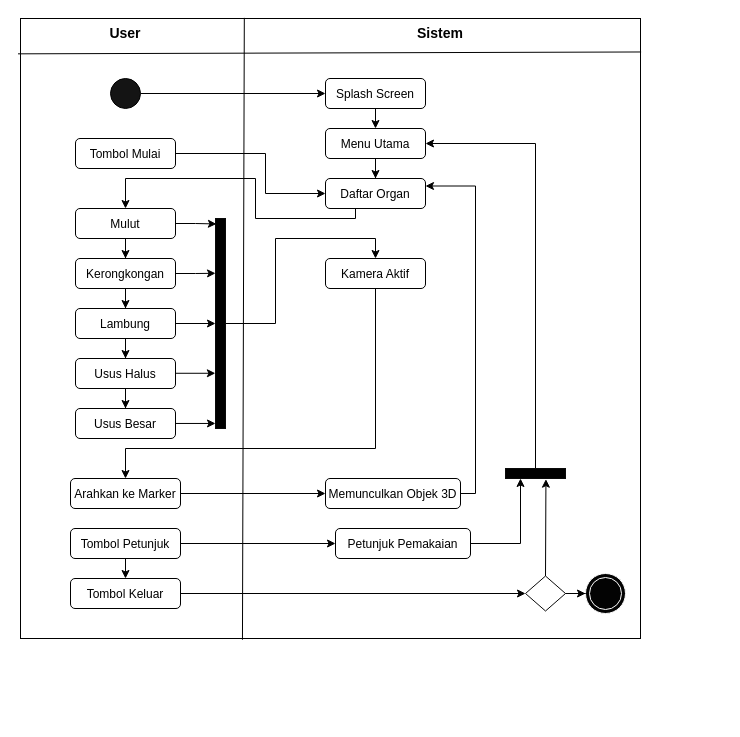
Earlier version of the draw.io diagram page "Page-3" (3 of 4) of Flowchart penelitian.drawio (matakridha/Teori_WEB). Source tidied: cells renumbered, new cells numbered last; positions are measured from the earlier drawing's top-left corner, leaving out a move shared by most shapes. Both pictures are drawn from the tidied source at 100%, with x=0, y=0 at pixel (20, 18).
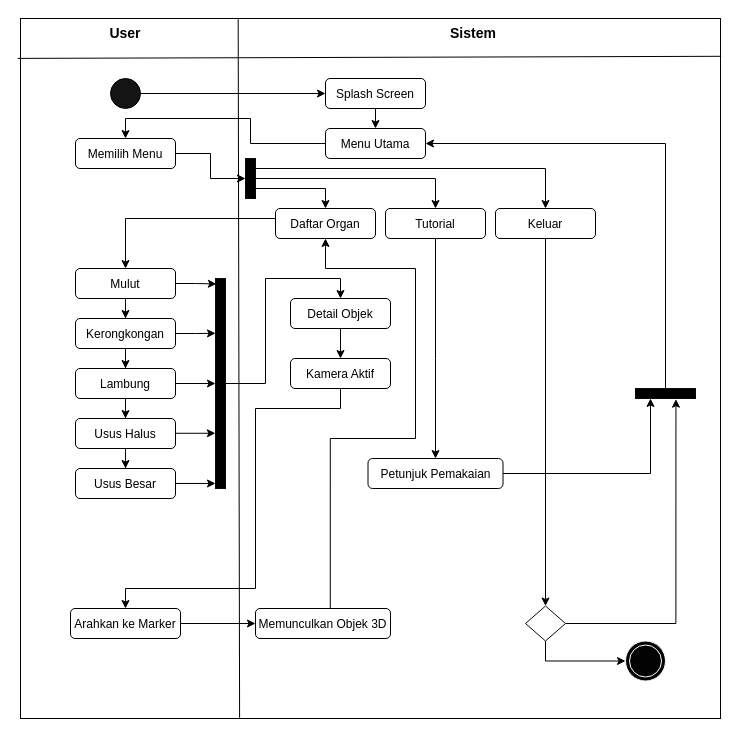
Above is the later version.

The change refers to these unchanged cells:
```xml
<mxCell id="12" value="&lt;font style=&quot;font-size: 12px&quot;&gt;Menu Utama&lt;/font&gt;" style="rounded=1;whiteSpace=wrap;html=1;fontSize=14;fillColor=#FFFFFF;" parent="1" vertex="1">
  <mxGeometry x="305" y="110" width="100" height="30" as="geometry" />
</mxCell>
```

Diff of the diagram source:
```diff
@@
     <mxCell id="2" style="whiteSpace=wrap;html=1;" parent="1" vertex="1">
-      <mxGeometry width="620" height="620" as="geometry" />
+      <mxGeometry width="700" height="700" as="geometry" />
     </mxCell>
@@
-    <mxCell id="4" style="endArrow=none;html=1;rounded=0;entryX=0.361;entryY=-0.001;entryDx=0;entryDy=0;entryPerimeter=0;exitX=0.358;exitY=1.002;exitDx=0;exitDy=0;exitPerimeter=0;" parent="1" edge="1" source="2" target="2">
+    <mxCell id="4" style="endArrow=none;html=1;rounded=0;entryX=0.311;entryY=0.001;entryDx=0;entryDy=0;entryPerimeter=0;exitX=0.313;exitY=0.999;exitDx=0;exitDy=0;exitPerimeter=0;" parent="1" edge="1" source="2" target="2">
       <mxGeometry relative="1" as="geometry" />
     </mxCell>
@@
     <mxCell id="6" value="Sistem" style="text;html=1;strokeColor=none;fillColor=none;align=center;verticalAlign=middle;whiteSpace=wrap;rounded=0;fontSize=14;fontStyle=1;" parent="1" vertex="1">
-      <mxGeometry x="390" width="60" height="30" as="geometry" />
+      <mxGeometry x="422.5" width="60" height="30" as="geometry" />
     </mxCell>
@@
-    <mxCell id="11" style="edgeStyle=orthogonalEdgeStyle;rounded=0;jettySize=auto;html=1;exitX=0.5;exitY=1;exitDx=0;exitDy=0;fontSize=12;" parent="1" edge="1" source="12" target="14">
-      <mxGeometry relative="1" as="geometry" />
-    </mxCell>
+    <mxCell id="53" style="edgeStyle=orthogonalEdgeStyle;rounded=0;jettySize=auto;html=1;entryX=0.5;entryY=0;entryDx=0;entryDy=0;" parent="1" edge="1" source="12" target="16">
+      <mxGeometry relative="1" as="geometry" />
+    </mxCell>
@@
     <mxCell id="13" style="edgeStyle=orthogonalEdgeStyle;rounded=0;jettySize=auto;html=1;entryX=0.5;entryY=0;entryDx=0;entryDy=0;fontSize=12;" parent="1" edge="1" source="14" target="20">
       <mxGeometry relative="1" as="geometry">
         <Array as="points">
           <mxPoint x="335" y="200" />
-          <mxPoint x="235" y="200" />
-          <mxPoint x="235" y="160" />
-          <mxPoint x="105" y="160" />
+          <mxPoint x="105" y="200" />
         </Array>
       </mxGeometry>
     </mxCell>
     <mxCell id="14" value="&lt;font style=&quot;font-size: 12px&quot;&gt;Daftar Organ&lt;/font&gt;" style="rounded=1;whiteSpace=wrap;html=1;fontSize=14;fillColor=#FFFFFF;" parent="1" vertex="1">
-      <mxGeometry x="305" y="160" width="100" height="30" as="geometry" />
+      <mxGeometry x="255" y="190" width="100" height="30" as="geometry" />
     </mxCell>
-    <mxCell id="15" style="edgeStyle=orthogonalEdgeStyle;rounded=0;jettySize=auto;html=1;entryX=0;entryY=0.5;entryDx=0;entryDy=0;fontSize=12;" parent="1" edge="1" source="16" target="14">
-      <mxGeometry relative="1" as="geometry">
-        <Array as="points">
-          <mxPoint x="245" y="135" />
-          <mxPoint x="245" y="175" />
-        </Array>
-      </mxGeometry>
-    </mxCell>
+    <mxCell id="54" style="edgeStyle=orthogonalEdgeStyle;rounded=0;jettySize=auto;html=1;entryX=0;entryY=0.5;entryDx=0;entryDy=0;" parent="1" edge="1" source="16" target="62">
+      <mxGeometry relative="1" as="geometry" />
+    </mxCell>
-    <mxCell id="16" value="&lt;font style=&quot;font-size: 12px&quot;&gt;Tombol Mulai&lt;/font&gt;" style="rounded=1;whiteSpace=wrap;html=1;fontSize=14;fillColor=#FFFFFF;" parent="1" vertex="1">
+    <mxCell id="16" value="&lt;font style=&quot;font-size: 12px&quot;&gt;Memilih Menu&lt;/font&gt;" style="rounded=1;whiteSpace=wrap;html=1;fontSize=14;fillColor=#FFFFFF;" parent="1" vertex="1">
       <mxGeometry x="55" y="120" width="100" height="30" as="geometry" />
     </mxCell>
@@
     <mxCell id="20" value="&lt;font style=&quot;font-size: 12px&quot;&gt;Mulut&lt;/font&gt;" style="rounded=1;whiteSpace=wrap;html=1;fontSize=14;fillColor=#FFFFFF;" parent="1" vertex="1">
-      <mxGeometry x="55" y="190" width="100" height="30" as="geometry" />
+      <mxGeometry x="55" y="250" width="100" height="30" as="geometry" />
     </mxCell>
@@
     <mxCell id="23" value="&lt;font style=&quot;font-size: 12px&quot;&gt;Kerongkongan&lt;/font&gt;" style="rounded=1;whiteSpace=wrap;html=1;fontSize=14;fillColor=#FFFFFF;" parent="1" vertex="1">
-      <mxGeometry x="55" y="240" width="100" height="30" as="geometry" />
+      <mxGeometry x="55" y="300" width="100" height="30" as="geometry" />
     </mxCell>
@@
     <mxCell id="26" value="&lt;span style=&quot;font-size: 12px&quot;&gt;Lambung&lt;/span&gt;" style="rounded=1;whiteSpace=wrap;html=1;fontSize=14;fillColor=#FFFFFF;" parent="1" vertex="1">
-      <mxGeometry x="55" y="290" width="100" height="30" as="geometry" />
+      <mxGeometry x="55" y="350" width="100" height="30" as="geometry" />
     </mxCell>
@@
     <mxCell id="28" style="edgeStyle=orthogonalEdgeStyle;rounded=0;jettySize=auto;html=1;entryX=-0.013;entryY=0.737;entryDx=0;entryDy=0;fontSize=12;entryPerimeter=0;" parent="1" edge="1" source="29" target="50">
       <mxGeometry relative="1" as="geometry">
         <Array as="points">
-          <mxPoint x="195" y="355" />
+          <mxPoint x="195" y="415" />
         </Array>
       </mxGeometry>
     </mxCell>
     <mxCell id="29" value="&lt;span style=&quot;font-size: 12px&quot;&gt;Usus Halus&lt;/span&gt;" style="rounded=1;whiteSpace=wrap;html=1;fontSize=14;fillColor=#FFFFFF;" parent="1" vertex="1">
-      <mxGeometry x="55" y="340" width="100" height="30" as="geometry" />
+      <mxGeometry x="55" y="400" width="100" height="30" as="geometry" />
     </mxCell>
@@
     <mxCell id="31" value="&lt;span style=&quot;font-size: 12px&quot;&gt;Usus Besar&lt;/span&gt;" style="rounded=1;whiteSpace=wrap;html=1;fontSize=14;fillColor=#FFFFFF;" parent="1" vertex="1">
-      <mxGeometry x="55" y="390" width="100" height="30" as="geometry" />
+      <mxGeometry x="55" y="450" width="100" height="30" as="geometry" />
     </mxCell>
-    <mxCell id="32" style="edgeStyle=orthogonalEdgeStyle;rounded=0;jettySize=auto;html=1;entryX=0.5;entryY=0;entryDx=0;entryDy=0;fontSize=12;" parent="1" edge="1" source="33" target="35">
+    <mxCell id="32" style="edgeStyle=orthogonalEdgeStyle;rounded=0;jettySize=auto;html=1;entryX=0.5;entryY=0;entryDx=0;entryDy=0;fontSize=12;exitX=0.5;exitY=1;exitDx=0;exitDy=0;" parent="1" edge="1" source="33" target="35">
       <mxGeometry relative="1" as="geometry">
         <Array as="points">
-          <mxPoint x="355" y="430" />
-          <mxPoint x="105" y="430" />
+          <mxPoint x="320" y="390" />
+          <mxPoint x="235" y="390" />
+          <mxPoint x="235" y="570" />
+          <mxPoint x="105" y="570" />
         </Array>
       </mxGeometry>
     </mxCell>
     <mxCell id="33" value="&lt;font style=&quot;font-size: 12px&quot;&gt;Kamera Aktif&lt;/font&gt;" style="rounded=1;whiteSpace=wrap;html=1;fontSize=14;fillColor=#FFFFFF;" parent="1" vertex="1">
-      <mxGeometry x="305" y="240" width="100" height="30" as="geometry" />
+      <mxGeometry x="270" y="340" width="100" height="30" as="geometry" />
     </mxCell>
@@
     <mxCell id="35" value="&lt;span style=&quot;font-size: 12px&quot;&gt;Arahkan ke Marker&lt;/span&gt;" style="rounded=1;whiteSpace=wrap;html=1;fontSize=14;fillColor=#FFFFFF;" parent="1" vertex="1">
-      <mxGeometry x="50" y="460" width="110" height="30" as="geometry" />
+      <mxGeometry x="50" y="590" width="110" height="30" as="geometry" />
     </mxCell>
-    <mxCell id="36" style="edgeStyle=orthogonalEdgeStyle;rounded=0;jettySize=auto;html=1;entryX=1;entryY=0.25;entryDx=0;entryDy=0;fontSize=12;" parent="1" edge="1" source="37" target="14">
+    <mxCell id="36" style="edgeStyle=orthogonalEdgeStyle;rounded=0;jettySize=auto;html=1;entryX=0.5;entryY=1;entryDx=0;entryDy=0;fontSize=12;exitX=0.554;exitY=0.044;exitDx=0;exitDy=0;exitPerimeter=0;" parent="1" edge="1" source="37" target="14">
       <mxGeometry relative="1" as="geometry">
         <Array as="points">
-          <mxPoint x="455" y="475" />
-          <mxPoint x="455" y="168" />
+          <mxPoint x="310" y="420" />
+          <mxPoint x="395" y="420" />
+          <mxPoint x="395" y="250" />
+          <mxPoint x="305" y="250" />
         </Array>
       </mxGeometry>
     </mxCell>
     <mxCell id="37" value="&lt;font style=&quot;font-size: 12px&quot;&gt;Memunculkan Objek 3D&lt;/font&gt;" style="rounded=1;whiteSpace=wrap;html=1;fontSize=14;fillColor=#FFFFFF;" parent="1" vertex="1">
-      <mxGeometry x="305" y="460" width="135" height="30" as="geometry" />
+      <mxGeometry x="235" y="590" width="135" height="30" as="geometry" />
     </mxCell>
-    <mxCell id="38" style="edgeStyle=orthogonalEdgeStyle;rounded=0;jettySize=auto;html=1;exitX=0.5;exitY=1;exitDx=0;exitDy=0;entryX=0.5;entryY=0;entryDx=0;entryDy=0;fontSize=12;" parent="1" edge="1" source="40" target="42">
-      <mxGeometry relative="1" as="geometry" />
-    </mxCell>
-    <mxCell id="39" style="edgeStyle=orthogonalEdgeStyle;rounded=0;jettySize=auto;html=1;fontSize=12;" parent="1" edge="1" source="40" target="44">
-      <mxGeometry relative="1" as="geometry" />
-    </mxCell>
-    <mxCell id="40" value="&lt;span style=&quot;font-size: 12px&quot;&gt;Tombol Petunjuk&lt;/span&gt;" style="rounded=1;whiteSpace=wrap;html=1;fontSize=14;fillColor=#FFFFFF;" parent="1" vertex="1">
-      <mxGeometry x="50" y="510" width="110" height="30" as="geometry" />
-    </mxCell>
-    <mxCell id="41" style="edgeStyle=orthogonalEdgeStyle;rounded=0;jettySize=auto;html=1;fontSize=12;" parent="1" edge="1" source="42" target="48">
-      <mxGeometry relative="1" as="geometry" />
-    </mxCell>
-    <mxCell id="42" value="&lt;span style=&quot;font-size: 12px&quot;&gt;Tombol Keluar&lt;/span&gt;" style="rounded=1;whiteSpace=wrap;html=1;fontSize=14;fillColor=#FFFFFF;" parent="1" vertex="1">
-      <mxGeometry x="50" y="560" width="110" height="30" as="geometry" />
-    </mxCell>
@@
     <mxCell id="44" value="&lt;font style=&quot;font-size: 12px&quot;&gt;Petunjuk Pemakaian&lt;/font&gt;" style="rounded=1;whiteSpace=wrap;html=1;fontSize=14;fillColor=#FFFFFF;" parent="1" vertex="1">
-      <mxGeometry x="315" y="510" width="135" height="30" as="geometry" />
+      <mxGeometry x="347.5" y="440" width="135" height="30" as="geometry" />
     </mxCell>
     <mxCell id="45" style="ellipse;shape=doubleEllipse;whiteSpace=wrap;html=1;fontSize=12;fillColor=#030303;strokeColor=#FCFCFC;" parent="1" vertex="1">
-      <mxGeometry x="565" y="555" width="40" height="40" as="geometry" />
+      <mxGeometry x="605" y="622.5" width="40" height="40" as="geometry" />
     </mxCell>
-    <mxCell id="46" style="edgeStyle=orthogonalEdgeStyle;rounded=0;jettySize=auto;html=1;fontSize=12;" parent="1" edge="1" source="48" target="45">
+    <mxCell id="46" style="edgeStyle=orthogonalEdgeStyle;rounded=0;jettySize=auto;html=1;fontSize=12;exitX=0.5;exitY=1;exitDx=0;exitDy=0;" parent="1" edge="1" source="48" target="45">
       <mxGeometry relative="1" as="geometry" />
     </mxCell>
-    <mxCell id="47" style="edgeStyle=orthogonalEdgeStyle;rounded=0;jettySize=auto;html=1;exitX=0.5;exitY=0;exitDx=0;exitDy=0;entryX=0.674;entryY=1.069;entryDx=0;entryDy=0;fontSize=12;entryPerimeter=0;" parent="1" edge="1" source="48" target="52">
+    <mxCell id="47" style="edgeStyle=orthogonalEdgeStyle;rounded=0;jettySize=auto;html=1;exitX=1;exitY=0.5;exitDx=0;exitDy=0;entryX=0.674;entryY=1.069;entryDx=0;entryDy=0;fontSize=12;entryPerimeter=0;" parent="1" edge="1" source="48" target="52">
       <mxGeometry relative="1" as="geometry">
         <Array as="points">
-          <mxPoint x="525" y="557" />
+          <mxPoint x="655" y="605" />
+          <mxPoint x="655" y="381" />
         </Array>
       </mxGeometry>
     </mxCell>
     <mxCell id="48" style="rhombus;whiteSpace=wrap;html=1;fontSize=12;strokeColor=#0A0A0A;fillColor=#FFFFFF;" parent="1" vertex="1">
-      <mxGeometry x="505" y="557.5" width="40" height="35" as="geometry" />
+      <mxGeometry x="505" y="587.5" width="40" height="35" as="geometry" />
     </mxCell>
-    <mxCell id="49" style="edgeStyle=orthogonalEdgeStyle;rounded=0;jettySize=auto;html=1;entryX=0.5;entryY=0;entryDx=0;entryDy=0;fontSize=12;" parent="1" edge="1" source="50" target="33">
+    <mxCell id="49" style="edgeStyle=orthogonalEdgeStyle;rounded=0;jettySize=auto;html=1;fontSize=12;entryX=0.5;entryY=0;entryDx=0;entryDy=0;" parent="1" edge="1" source="50" target="64">
       <mxGeometry relative="1" as="geometry">
         <Array as="points">
-          <mxPoint x="255" y="305" />
-          <mxPoint x="255" y="220" />
-          <mxPoint x="355" y="220" />
+          <mxPoint x="245" y="365" />
+          <mxPoint x="245" y="260" />
+          <mxPoint x="320" y="260" />
         </Array>
       </mxGeometry>
     </mxCell>
     <mxCell id="50" style="rounded=0;whiteSpace=wrap;html=1;fontSize=12;strokeColor=#0A0A0A;fillColor=#000000;" parent="1" vertex="1">
-      <mxGeometry x="195" y="200" width="10" height="210" as="geometry" />
+      <mxGeometry x="195" y="260" width="10" height="210" as="geometry" />
     </mxCell>
     <mxCell id="51" style="edgeStyle=orthogonalEdgeStyle;rounded=0;jettySize=auto;html=1;entryX=1;entryY=0.5;entryDx=0;entryDy=0;fontSize=12;" parent="1" edge="1" source="52" target="12">
       <mxGeometry relative="1" as="geometry">
         <Array as="points">
-          <mxPoint x="515" y="125" />
+          <mxPoint x="645" y="125" />
         </Array>
       </mxGeometry>
     </mxCell>
     <mxCell id="52" style="rounded=0;whiteSpace=wrap;html=1;fontSize=12;strokeColor=#0A0A0A;fillColor=#000000;" parent="1" vertex="1">
-      <mxGeometry x="485" y="450" width="60" height="10" as="geometry" />
+      <mxGeometry x="615" y="370" width="60" height="10" as="geometry" />
     </mxCell>
+    <mxCell id="55" style="edgeStyle=orthogonalEdgeStyle;rounded=0;jettySize=auto;html=1;exitX=0.5;exitY=1;exitDx=0;exitDy=0;" parent="1" edge="1" source="56" target="44">
+      <mxGeometry relative="1" as="geometry">
+        <Array as="points">
+          <mxPoint x="415" y="340" />
+          <mxPoint x="415" y="340" />
+        </Array>
+      </mxGeometry>
+    </mxCell>
+    <mxCell id="56" value="&lt;font style=&quot;font-size: 12px&quot;&gt;Tutorial&lt;/font&gt;" style="rounded=1;whiteSpace=wrap;html=1;fontSize=14;fillColor=#FFFFFF;" parent="1" vertex="1">
+      <mxGeometry x="365" y="190" width="100" height="30" as="geometry" />
+    </mxCell>
+    <mxCell id="57" style="edgeStyle=orthogonalEdgeStyle;rounded=0;jettySize=auto;html=1;entryX=0.5;entryY=0;entryDx=0;entryDy=0;" parent="1" edge="1" source="58" target="48">
+      <mxGeometry relative="1" as="geometry" />
+    </mxCell>
+    <mxCell id="58" value="&lt;font style=&quot;font-size: 12px&quot;&gt;Keluar&lt;/font&gt;" style="rounded=1;whiteSpace=wrap;html=1;fontSize=14;fillColor=#FFFFFF;" parent="1" vertex="1">
+      <mxGeometry x="475" y="190" width="100" height="30" as="geometry" />
+    </mxCell>
+    <mxCell id="59" style="edgeStyle=orthogonalEdgeStyle;rounded=0;jettySize=auto;html=1;entryX=0.5;entryY=0;entryDx=0;entryDy=0;" parent="1" edge="1" source="62" target="56">
+      <mxGeometry relative="1" as="geometry" />
+    </mxCell>
+    <mxCell id="60" style="edgeStyle=orthogonalEdgeStyle;rounded=0;jettySize=auto;html=1;exitX=1;exitY=0.25;exitDx=0;exitDy=0;entryX=0.5;entryY=0;entryDx=0;entryDy=0;" parent="1" edge="1" source="62" target="58">
+      <mxGeometry relative="1" as="geometry" />
+    </mxCell>
+    <mxCell id="61" style="edgeStyle=orthogonalEdgeStyle;rounded=0;jettySize=auto;html=1;exitX=1;exitY=0.75;exitDx=0;exitDy=0;entryX=0.5;entryY=0;entryDx=0;entryDy=0;" parent="1" edge="1" source="62" target="14">
+      <mxGeometry relative="1" as="geometry" />
+    </mxCell>
+    <mxCell id="62" style="rounded=0;whiteSpace=wrap;html=1;fontSize=12;strokeColor=#0A0A0A;fillColor=#000000;" parent="1" vertex="1">
+      <mxGeometry x="225" y="140" width="10" height="40" as="geometry" />
+    </mxCell>
+    <mxCell id="63" style="edgeStyle=orthogonalEdgeStyle;rounded=0;jettySize=auto;html=1;" parent="1" edge="1" source="64" target="33">
+      <mxGeometry relative="1" as="geometry" />
+    </mxCell>
+    <mxCell id="64" value="&lt;font style=&quot;font-size: 12px&quot;&gt;Detail Objek&lt;/font&gt;" style="rounded=1;whiteSpace=wrap;html=1;fontSize=14;fillColor=#FFFFFF;" parent="1" vertex="1">
+      <mxGeometry x="270" y="280" width="100" height="30" as="geometry" />
+    </mxCell>
```
